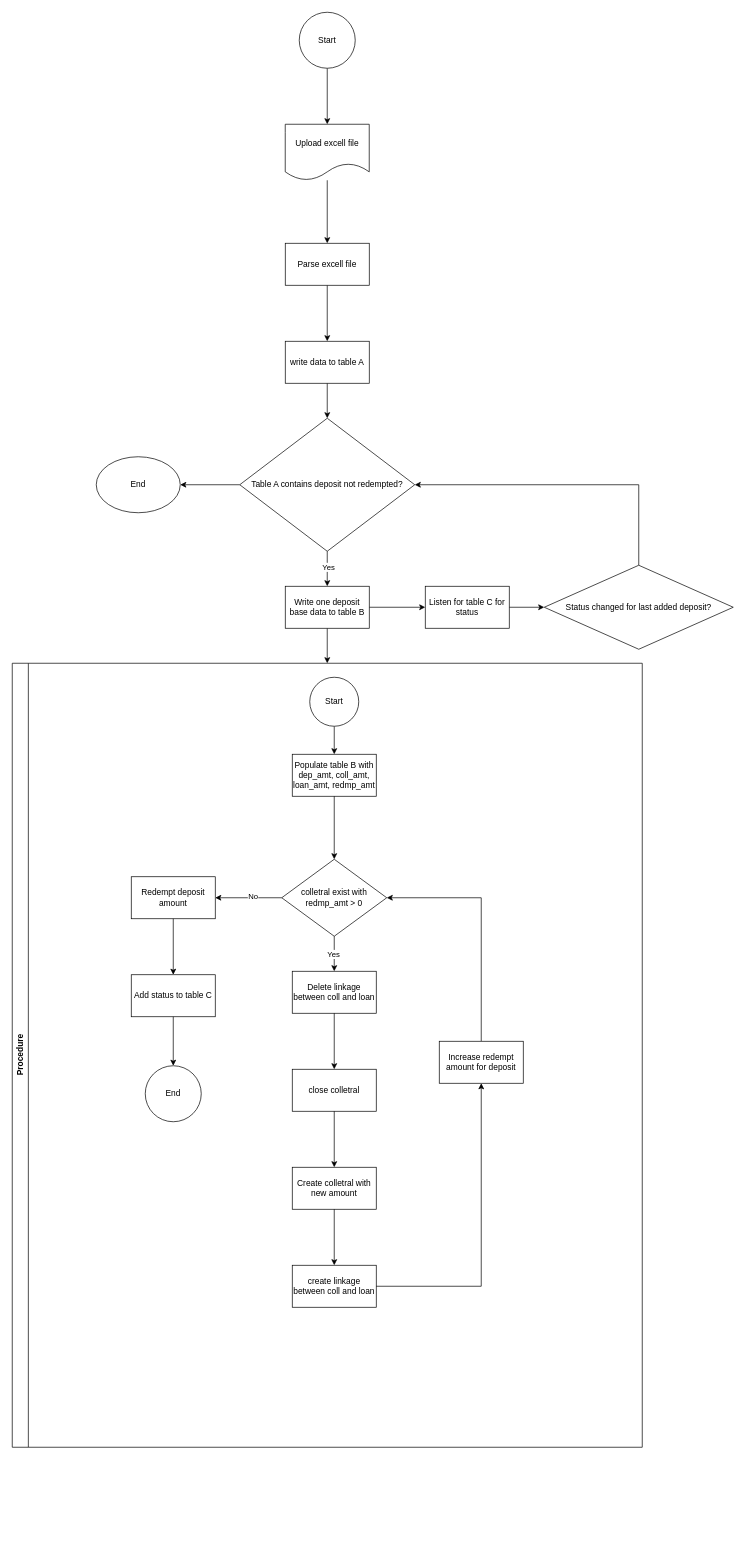
The draw.io diagram Untitled Diagram.drawio in mhasanov1996/diagrams, before the edit. Source tidied: cells renumbered, new cells numbered last; positions are measured from the earlier drawing's top-left corner, leaving out a move shared by most shapes. Both pictures are drawn from the tidied source at 70%, with x=0, y=0 at pixel (12, 12).
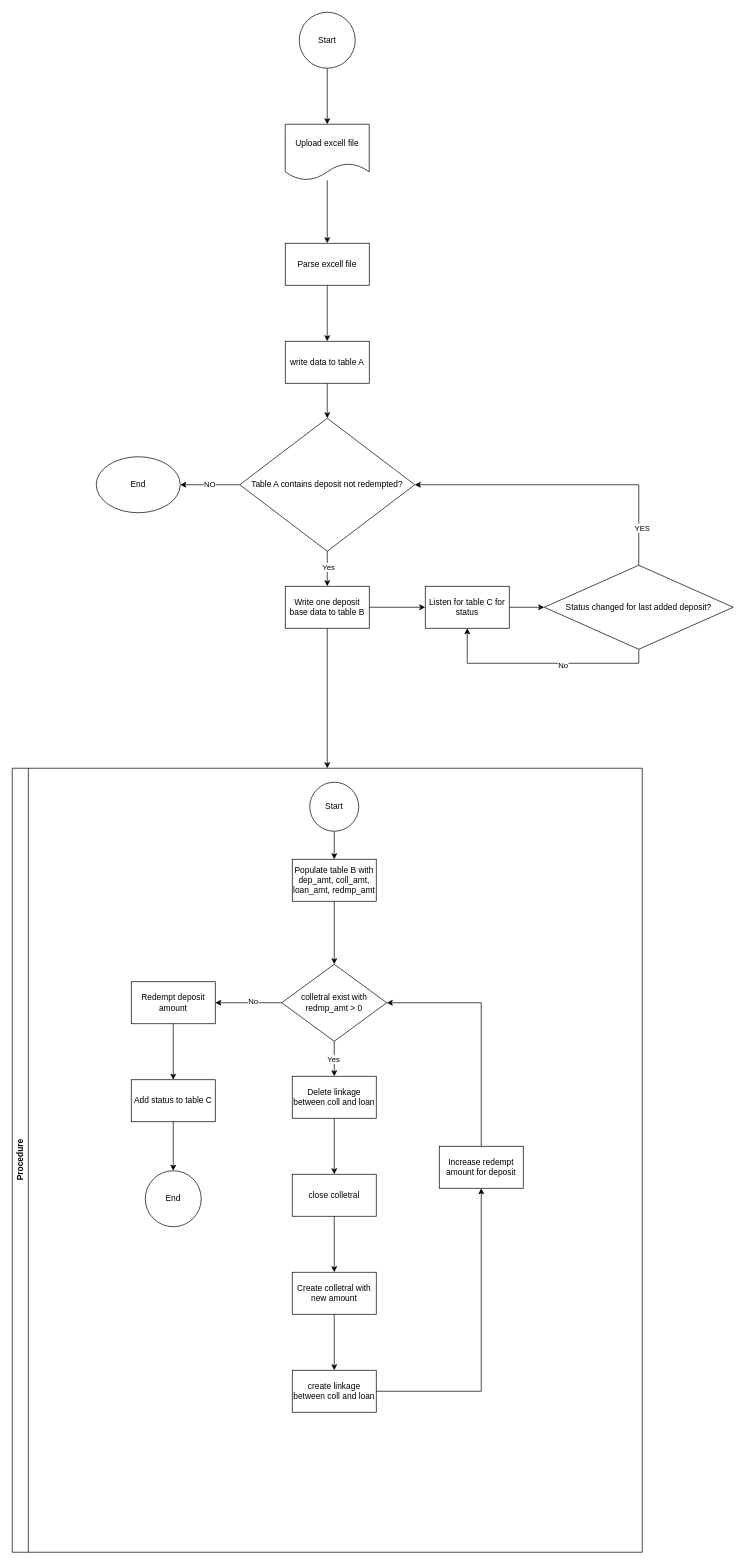
The same diagram, later.

Unchanged cells that the change refers to:
```xml
<mxCell id="16" value="Table A contains deposit not redempted?" style="rhombus;whiteSpace=wrap;html=1;" parent="1" vertex="1">
  <mxGeometry x="325" y="580" width="250" height="190" as="geometry" />
</mxCell>
<mxCell id="17" value="End" style="ellipse;whiteSpace=wrap;html=1;" parent="1" vertex="1">
  <mxGeometry x="120" y="635" width="120" height="80" as="geometry" />
</mxCell>
<mxCell id="44" value="Listen for table C for status" style="whiteSpace=wrap;html=1;" parent="1" vertex="1">
  <mxGeometry x="590" y="820" width="120" height="60" as="geometry" />
</mxCell>
<mxCell id="45" style="edgeStyle=orthogonalEdgeStyle;rounded=0;jettySize=auto;html=1;entryX=1;entryY=0.5;entryDx=0;entryDy=0;" parent="1" edge="1" source="46" target="16">
  <mxGeometry relative="1" as="geometry">
    <Array as="points">
      <mxPoint x="895" y="675" />
    </Array>
  </mxGeometry>
</mxCell>
<mxCell id="46" value="Status changed for last added deposit?" style="rhombus;whiteSpace=wrap;html=1;" parent="1" vertex="1">
  <mxGeometry x="760" y="790" width="270" height="120" as="geometry" />
</mxCell>
```

The edit, as a diff of the source:
```diff
@@
-    <mxCell id="15" style="edgeStyle=orthogonalEdgeStyle;rounded=0;jettySize=auto;html=1;entryX=1;entryY=0.5;entryDx=0;entryDy=0;" parent="1" edge="1" source="16" target="17">
+    <mxCell id="15" value="NO" style="edgeStyle=orthogonalEdgeStyle;rounded=0;jettySize=auto;html=1;entryX=1;entryY=0.5;entryDx=0;entryDy=0;" parent="1" edge="1" source="16" target="17">
       <mxGeometry relative="1" as="geometry" />
     </mxCell>
@@
     <mxCell id="18" value="Procedure" style="swimlane;horizontal=0;whiteSpace=wrap;html=1;" parent="1" vertex="1">
-      <mxGeometry y="930" width="900" height="1120" as="geometry" />
+      <mxGeometry y="1080" width="900" height="1120" as="geometry" />
     </mxCell>
@@
+    <mxCell id="47" value="YES" style="edgeLabel;html=1;align=center;verticalAlign=middle;" parent="45" vertex="1">
+      <mxGeometry x="-0.75" y="-4" relative="1" as="geometry" />
+    </mxCell>
+    <mxCell id="48" style="edgeStyle=orthogonalEdgeStyle;rounded=0;jettySize=auto;html=1;entryX=0.5;entryY=1;entryDx=0;entryDy=0;" parent="1" edge="1" source="46" target="44">
+      <mxGeometry relative="1" as="geometry">
+        <Array as="points">
+          <mxPoint x="895" y="930" />
+          <mxPoint x="650" y="930" />
+        </Array>
+      </mxGeometry>
+    </mxCell>
+    <mxCell id="49" value="No" style="edgeLabel;html=1;align=center;verticalAlign=middle;" parent="48" vertex="1">
+      <mxGeometry x="-0.18" y="2" relative="1" as="geometry" />
+    </mxCell>
```
